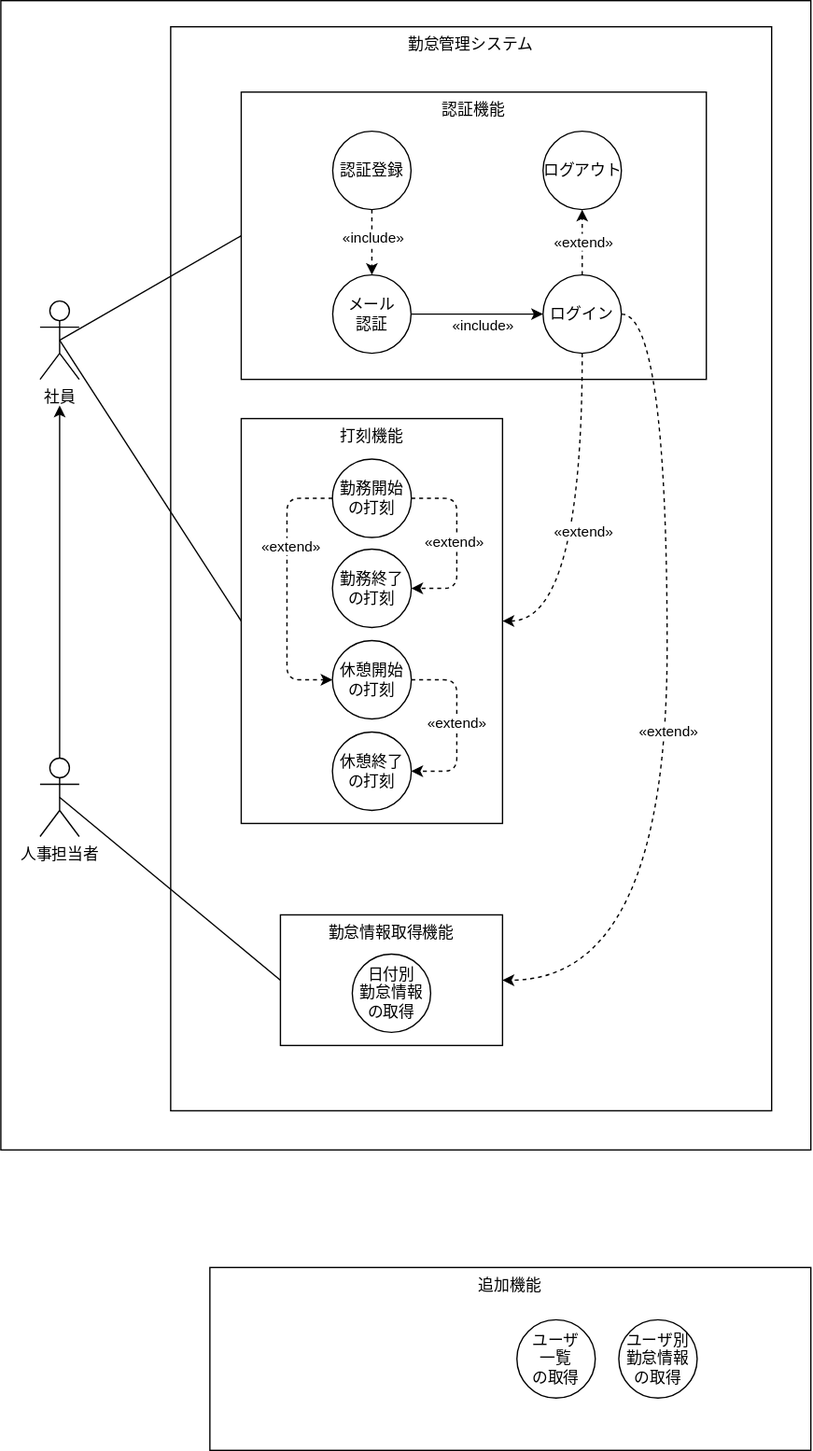
Before: doc/ユースケース図.drawio.svg, a diagram exported from draw.io (ryamao/atte). Source tidied: cells renumbered, new cells last; positions are measured from the earlier drawing's top-left corner, leaving out a move shared by most shapes.
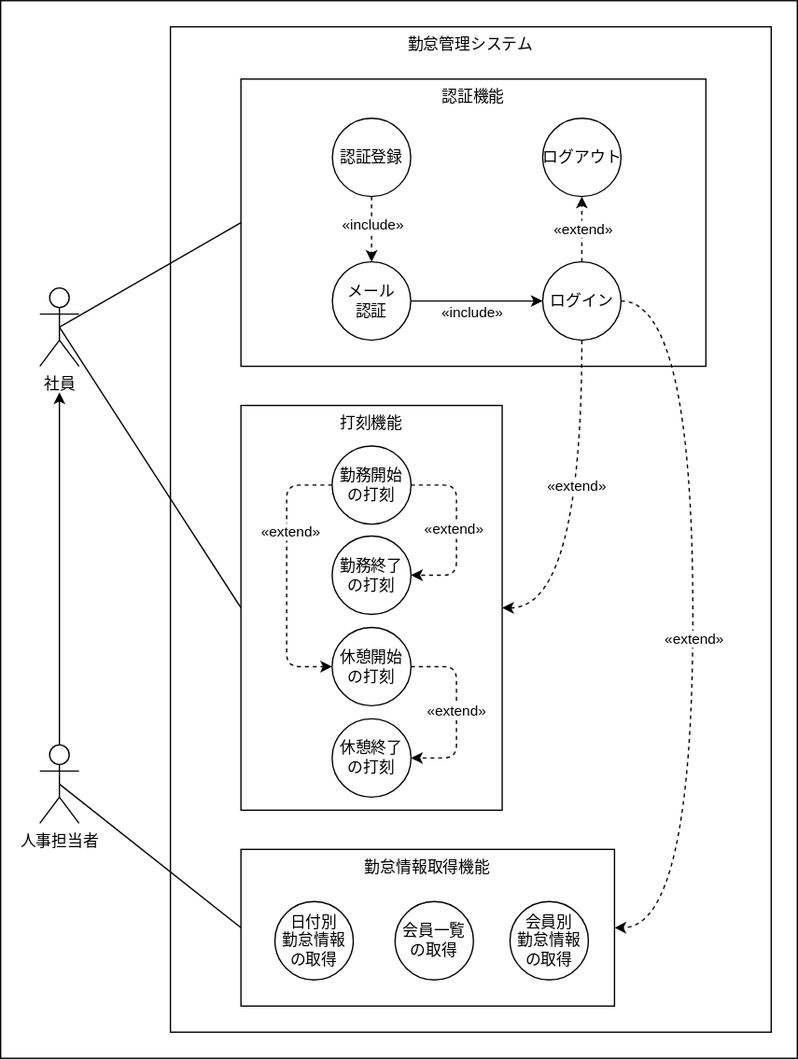
The same file after the commit.

Commit message:
doc(users): 会員一覧の取得機能と会員別勤怠情報の取得機能をユースケース図に追加する

The edit, as a diff of the source:
```diff
@@ -3,14 +3,11 @@
     <mxCell id="0" />
     <mxCell id="1" parent="0" />
     <mxCell id="2" style="rounded=0;whiteSpace=wrap;html=1;" parent="1" vertex="1">
-      <mxGeometry width="620" height="880" as="geometry" />
+      <mxGeometry y="10" width="610" height="810" as="geometry" />
     </mxCell>
     <mxCell id="3" value="勤怠管理システム" style="rounded=0;whiteSpace=wrap;html=1;verticalAlign=top;" parent="1" vertex="1">
-      <mxGeometry x="130" y="20" width="460" height="830" as="geometry" />
+      <mxGeometry x="130" y="30" width="460" height="770" as="geometry" />
     </mxCell>
-    <mxCell id="4" value="追加機能" style="rounded=0;whiteSpace=wrap;html=1;verticalAlign=top;" parent="1" vertex="1">
-      <mxGeometry x="160" y="970" width="460" height="140" as="geometry" />
-    </mxCell>
     <mxCell id="5" style="edgeStyle=none;html=1;exitX=0.5;exitY=0.5;exitDx=0;exitDy=0;exitPerimeter=0;entryX=0;entryY=0.5;entryDx=0;entryDy=0;endArrow=none;endFill=0;" parent="1" edge="1" source="7" target="16">
       <mxGeometry relative="1" as="geometry" />
     </mxCell>
@@ -31,21 +28,6 @@
     <mxCell id="10" value="人事担当者" style="shape=umlActor;verticalLabelPosition=bottom;verticalAlign=top;html=1;outlineConnect=0;" parent="1" vertex="1">
       <mxGeometry x="30" y="580" width="30" height="60" as="geometry" />
     </mxCell>
-    <mxCell id="11" value="ユーザ別&lt;br&gt;勤怠情報&lt;br&gt;の取得" style="ellipse;whiteSpace=wrap;html=1;" parent="1" vertex="1">
-      <mxGeometry x="473" y="1010" width="60" height="60" as="geometry" />
-    </mxCell>
-    <mxCell id="12" value="ユーザ&lt;br&gt;一覧&lt;br&gt;の取得" style="ellipse;whiteSpace=wrap;html=1;" parent="1" vertex="1">
-      <mxGeometry x="395" y="1010" width="60" height="60" as="geometry" />
-    </mxCell>
-    <mxCell id="13" style="group;" parent="1" vertex="1">
-      <mxGeometry x="214" y="700" width="170" height="100" as="geometry" />
-    </mxCell>
-    <mxCell id="14" value="勤怠情報取得機能" style="rounded=0;whiteSpace=wrap;html=1;verticalAlign=top;" parent="13" vertex="1">
-      <mxGeometry width="170" height="100" as="geometry" />
-    </mxCell>
-    <mxCell id="15" value="日付別&lt;br&gt;勤怠情報&lt;br&gt;の取得" style="ellipse;whiteSpace=wrap;html=1;" parent="13" vertex="1">
-      <mxGeometry x="55" y="30" width="60" height="60" as="geometry" />
-    </mxCell>
     <mxCell id="16" value="認証機能" style="rounded=0;whiteSpace=wrap;html=1;verticalAlign=top;" parent="1" vertex="1">
       <mxGeometry x="184" y="70" width="356" height="220" as="geometry" />
     </mxCell>
@@ -135,7 +117,7 @@
     </mxCell>
     <mxCell id="37" value="«include»" style="edgeLabel;html=1;align=center;verticalAlign=middle;" parent="36" vertex="1">
       <mxGeometry x="0.37" relative="1" as="geometry">
-        <mxPoint x="-14" y="8" as="offset" />
+        <mxPoint x="-23" y="8" as="offset" />
       </mxGeometry>
     </mxCell>
     <mxCell id="38" value="メール&lt;br&gt;認証" style="ellipse;whiteSpace=wrap;html=1;" parent="1" vertex="1">
@@ -144,8 +126,8 @@
     <mxCell id="39" style="html=1;exitX=1;exitY=0.5;exitDx=0;exitDy=0;dashed=1;entryX=1;entryY=0.5;entryDx=0;entryDy=0;elbow=vertical;edgeStyle=orthogonalEdgeStyle;curved=1;" parent="1" edge="1" source="30" target="14">
       <mxGeometry relative="1" as="geometry">
         <Array as="points">
-          <mxPoint x="510" y="240" />
-          <mxPoint x="510" y="750" />
+          <mxPoint x="530" y="240" />
+          <mxPoint x="530" y="720" />
         </Array>
       </mxGeometry>
     </mxCell>
@@ -159,8 +141,20 @@
     </mxCell>
     <mxCell id="42" value="«extend»" style="edgeLabel;html=1;align=center;verticalAlign=middle;" parent="41" vertex="1">
       <mxGeometry x="-0.14" y="-2" relative="1" as="geometry">
-        <mxPoint x="2" y="23" as="offset" />
+        <mxPoint x="-3" y="-3" as="offset" />
       </mxGeometry>
     </mxCell>
+    <mxCell id="14" value="勤怠情報取得機能" style="rounded=0;whiteSpace=wrap;html=1;verticalAlign=top;" parent="1" vertex="1">
+      <mxGeometry x="184" y="660" width="286" height="120" as="geometry" />
+    </mxCell>
+    <mxCell id="15" value="日付別&lt;br&gt;勤怠情報&lt;br&gt;の取得" style="ellipse;whiteSpace=wrap;html=1;" parent="1" vertex="1">
+      <mxGeometry x="210" y="700" width="60" height="60" as="geometry" />
+    </mxCell>
+    <mxCell id="12" value="会員一覧&lt;br&gt;の取得" style="ellipse;whiteSpace=wrap;html=1;" parent="1" vertex="1">
+      <mxGeometry x="302" y="700" width="60" height="60" as="geometry" />
+    </mxCell>
+    <mxCell id="11" value="会員別&lt;br&gt;勤怠情報&lt;br&gt;の取得" style="ellipse;whiteSpace=wrap;html=1;" parent="1" vertex="1">
+      <mxGeometry x="390" y="700" width="60" height="60" as="geometry" />
+    </mxCell>
   </root>
 </mxGraphModel>
```
